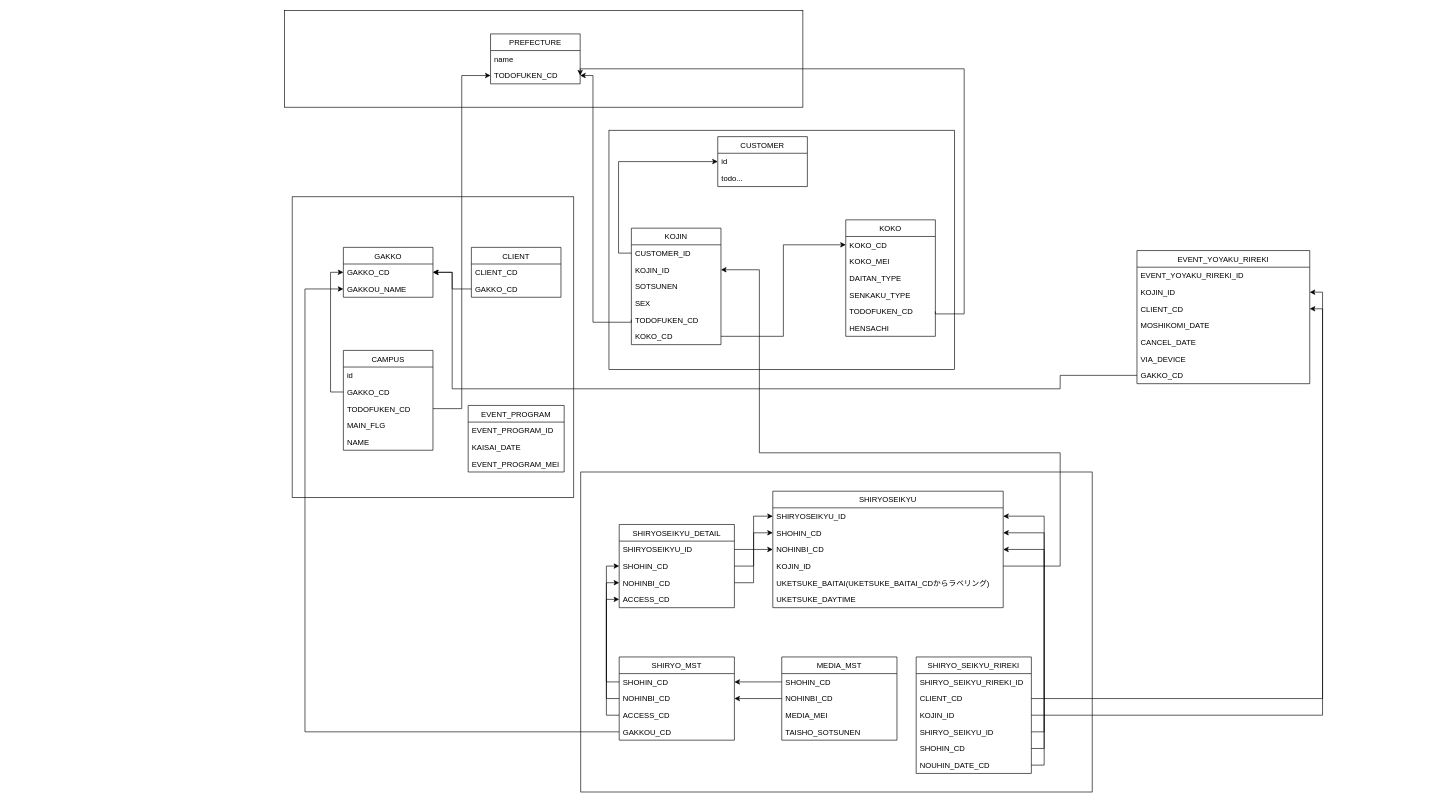
Above: page "Page-9" (9 of 9) of learning bloc.drawio in newuniverse/diagrams (draw.io), before the change. Source tidied: cells renumbered, new cells numbered last; positions are measured from the earlier drawing's top-left corner, leaving out a move shared by most shapes. Both pictures are drawn from the tidied source at 64%, with x=0, y=0 at pixel (284, 10).
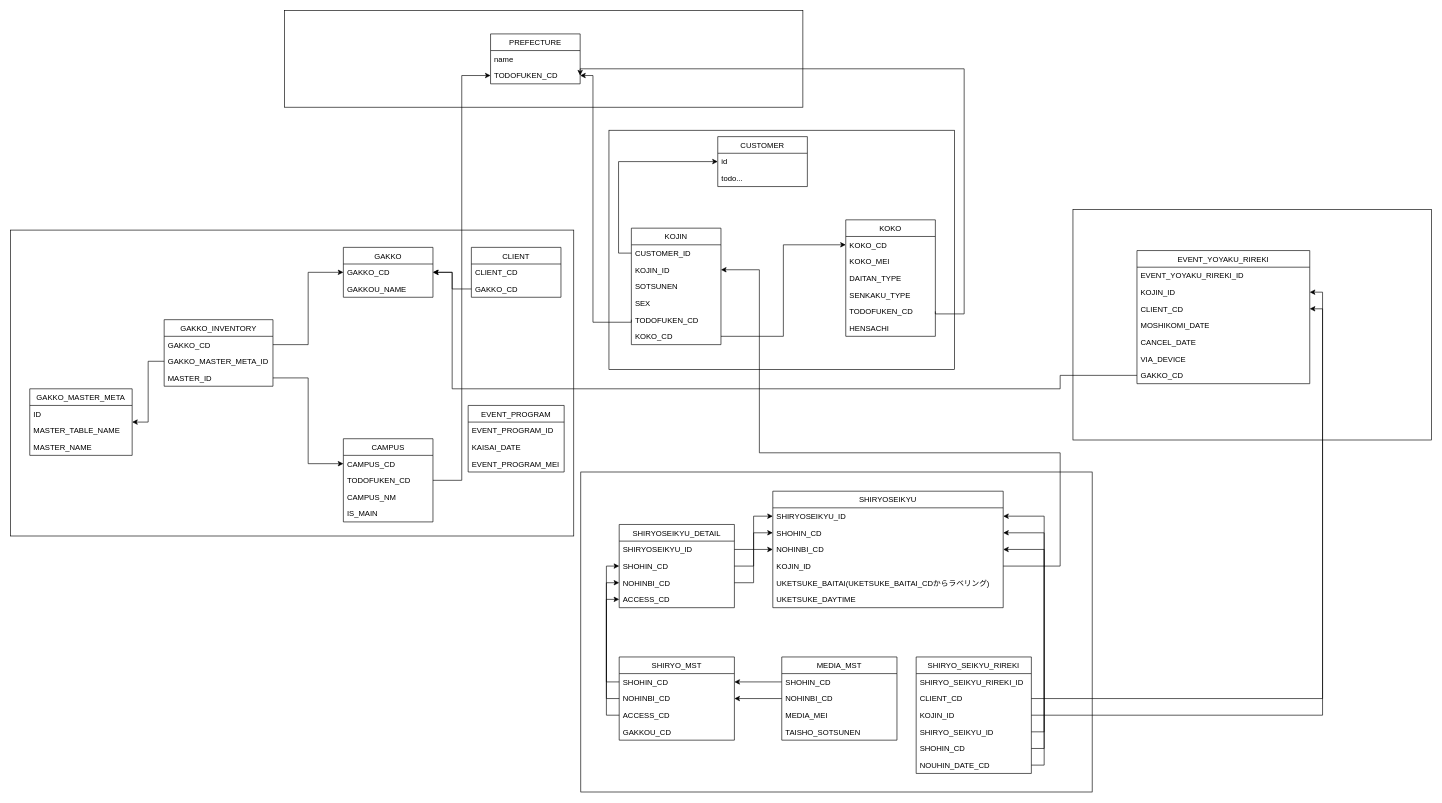
The same diagram, later.

Unchanged cells that the change refers to:
```xml
<mxCell id="7" value="GAKKO_CD" style="text;strokeColor=none;fillColor=none;align=left;verticalAlign=top;spacingLeft=4;spacingRight=4;overflow=hidden;points=[[0,0.5],[1,0.5]];portConstraint=eastwest;" parent="6" vertex="1">
  <mxGeometry y="26" width="140" height="26" as="geometry" />
</mxCell>
<mxCell id="60" value="GAKKOU_CD" style="text;strokeColor=none;fillColor=none;align=left;verticalAlign=top;spacingLeft=4;spacingRight=4;overflow=hidden;points=[[0,0.5],[1,0.5]];portConstraint=eastwest;" parent="56" vertex="1">
  <mxGeometry y="104" width="180" height="26" as="geometry" />
</mxCell>
```

Diff of the diagram source:
```diff
@@
+    <mxCell id="102" style="rounded=0;whiteSpace=wrap;html=1;fillColor=#FFFFFF;" parent="1" vertex="1">
+      <mxGeometry x="1232" y="311" width="560" height="360" as="geometry" />
+    </mxCell>
+    <mxCell id="103" style="rounded=0;whiteSpace=wrap;html=1;" parent="1" vertex="1">
+      <mxGeometry x="-428" y="343" width="880" height="478" as="geometry" />
+    </mxCell>
@@
-    <mxCell id="5" style="rounded=0;whiteSpace=wrap;html=1;" parent="1" vertex="1">
-      <mxGeometry x="12" y="291" width="440" height="470" as="geometry" />
-    </mxCell>
@@
     <mxCell id="12" value="CAMPUS" style="swimlane;fontStyle=0;horizontal=1;startSize=26;fillColor=none;" parent="1" vertex="1">
-      <mxGeometry x="92" y="531" width="140" height="156" as="geometry" />
+      <mxGeometry x="92" y="669" width="140" height="130" as="geometry" />
     </mxCell>
-    <mxCell id="13" value="id" style="text;strokeColor=none;fillColor=none;align=left;verticalAlign=top;spacingLeft=4;spacingRight=4;overflow=hidden;points=[[0,0.5],[1,0.5]];portConstraint=eastwest;" parent="12" vertex="1">
+    <mxCell id="13" value="CAMPUS_CD" style="text;strokeColor=none;fillColor=none;align=left;verticalAlign=top;spacingLeft=4;spacingRight=4;overflow=hidden;points=[[0,0.5],[1,0.5]];portConstraint=eastwest;" parent="12" vertex="1">
       <mxGeometry y="26" width="140" height="26" as="geometry" />
     </mxCell>
-    <mxCell id="14" value="GAKKO_CD" style="text;strokeColor=none;fillColor=none;align=left;verticalAlign=top;spacingLeft=4;spacingRight=4;overflow=hidden;points=[[0,0.5],[1,0.5]];portConstraint=eastwest;" parent="12" vertex="1">
-      <mxGeometry y="52" width="140" height="26" as="geometry" />
-    </mxCell>
     <mxCell id="15" value="TODOFUKEN_CD" style="text;strokeColor=none;fillColor=none;align=left;verticalAlign=top;spacingLeft=4;spacingRight=4;overflow=hidden;points=[[0,0.5],[1,0.5]];portConstraint=eastwest;" parent="12" vertex="1">
-      <mxGeometry y="78" width="140" height="26" as="geometry" />
+      <mxGeometry y="52" width="140" height="26" as="geometry" />
     </mxCell>
-    <mxCell id="16" value="MAIN_FLG" style="text;strokeColor=none;fillColor=none;align=left;verticalAlign=top;spacingLeft=4;spacingRight=4;overflow=hidden;" parent="12" vertex="1">
-      <mxGeometry y="104" width="140" height="26" as="geometry" />
-    </mxCell>
-    <mxCell id="17" value="NAME" style="text;strokeColor=none;fillColor=none;align=left;verticalAlign=top;spacingLeft=4;spacingRight=4;overflow=hidden;" parent="12" vertex="1">
-      <mxGeometry y="130" width="140" height="26" as="geometry" />
+    <mxCell id="17" value="CAMPUS_NM" style="text;strokeColor=none;fillColor=none;align=left;verticalAlign=top;spacingLeft=4;spacingRight=4;overflow=hidden;" parent="12" vertex="1">
+      <mxGeometry y="78" width="140" height="26" as="geometry" />
     </mxCell>
-    <mxCell id="18" style="edgeStyle=orthogonalEdgeStyle;rounded=0;jettySize=auto;html=1;exitX=0;exitY=0.5;exitDx=0;exitDy=0;entryX=0;entryY=0.5;entryDx=0;entryDy=0;" parent="1" edge="1" source="14" target="7">
-      <mxGeometry relative="1" as="geometry" />
-    </mxCell>
+    <mxCell id="104" value="IS_MAIN" style="text;strokeColor=none;fillColor=none;align=left;verticalAlign=top;spacingLeft=4;spacingRight=4;overflow=hidden;" parent="12" vertex="1">
+      <mxGeometry y="104" width="140" height="26" as="geometry" />
+    </mxCell>
@@
-    <mxCell id="64" style="edgeStyle=orthogonalEdgeStyle;rounded=0;jettySize=auto;html=1;exitX=0;exitY=0.5;exitDx=0;exitDy=0;entryX=0;entryY=0.5;entryDx=0;entryDy=0;" parent="1" edge="1" source="60">
-      <mxGeometry relative="1" as="geometry">
-        <mxPoint x="92" y="435" as="targetPoint" />
-        <Array as="points">
-          <mxPoint x="32" y="1127" />
-          <mxPoint x="32" y="435" />
-        </Array>
-      </mxGeometry>
-    </mxCell>
@@
+    <mxCell id="105" value="GAKKO_INVENTORY" style="swimlane;fontStyle=0;horizontal=1;startSize=26;fillColor=none;" parent="1" vertex="1">
+      <mxGeometry x="-188" y="483" width="170" height="104" as="geometry" />
+    </mxCell>
+    <mxCell id="14" value="GAKKO_CD" style="text;strokeColor=none;fillColor=none;align=left;verticalAlign=top;spacingLeft=4;spacingRight=4;overflow=hidden;points=[[0,0.5],[1,0.5]];portConstraint=eastwest;" parent="105" vertex="1">
+      <mxGeometry y="26" width="170" height="26" as="geometry" />
+    </mxCell>
+    <mxCell id="106" value="GAKKO_MASTER_META_ID" style="text;strokeColor=none;fillColor=none;align=left;verticalAlign=top;spacingLeft=4;spacingRight=4;overflow=hidden;points=[[0,0.5],[1,0.5]];portConstraint=eastwest;" parent="105" vertex="1">
+      <mxGeometry y="52" width="170" height="26" as="geometry" />
+    </mxCell>
+    <mxCell id="107" value="MASTER_ID" style="text;strokeColor=none;fillColor=none;align=left;verticalAlign=top;spacingLeft=4;spacingRight=4;overflow=hidden;points=[[0,0.5],[1,0.5]];portConstraint=eastwest;" parent="105" vertex="1">
+      <mxGeometry y="78" width="170" height="26" as="geometry" />
+    </mxCell>
+    <mxCell id="18" style="edgeStyle=orthogonalEdgeStyle;rounded=0;jettySize=auto;html=1;exitX=1;exitY=0.5;exitDx=0;exitDy=0;entryX=0;entryY=0.5;entryDx=0;entryDy=0;" parent="1" edge="1" source="14" target="7">
+      <mxGeometry relative="1" as="geometry" />
+    </mxCell>
+    <mxCell id="108" value="GAKKO_MASTER_META" style="swimlane;fontStyle=0;horizontal=1;startSize=26;fillColor=none;" parent="1" vertex="1">
+      <mxGeometry x="-398" y="591" width="160" height="104" as="geometry" />
+    </mxCell>
+    <mxCell id="109" value="ID" style="text;strokeColor=none;fillColor=none;align=left;verticalAlign=top;spacingLeft=4;spacingRight=4;overflow=hidden;" parent="108" vertex="1">
+      <mxGeometry y="26" width="160" height="26" as="geometry" />
+    </mxCell>
+    <mxCell id="110" value="MASTER_TABLE_NAME" style="text;strokeColor=none;fillColor=none;align=left;verticalAlign=top;spacingLeft=4;spacingRight=4;overflow=hidden;" parent="108" vertex="1">
+      <mxGeometry y="52" width="160" height="26" as="geometry" />
+    </mxCell>
+    <mxCell id="111" value="MASTER_NAME" style="text;strokeColor=none;fillColor=none;align=left;verticalAlign=top;spacingLeft=4;spacingRight=4;overflow=hidden;" parent="108" vertex="1">
+      <mxGeometry y="78" width="160" height="26" as="geometry" />
+    </mxCell>
+    <mxCell id="112" style="edgeStyle=orthogonalEdgeStyle;rounded=0;jettySize=auto;html=1;exitX=0;exitY=0.5;exitDx=0;exitDy=0;entryX=1;entryY=0.5;entryDx=0;entryDy=0;" parent="1" edge="1" source="106" target="108">
+      <mxGeometry relative="1" as="geometry" />
+    </mxCell>
+    <mxCell id="113" style="edgeStyle=orthogonalEdgeStyle;rounded=0;jettySize=auto;html=1;exitX=1;exitY=0.5;exitDx=0;exitDy=0;entryX=0;entryY=0.5;entryDx=0;entryDy=0;" parent="1" edge="1" source="107" target="13">
+      <mxGeometry relative="1" as="geometry" />
+    </mxCell>
```
